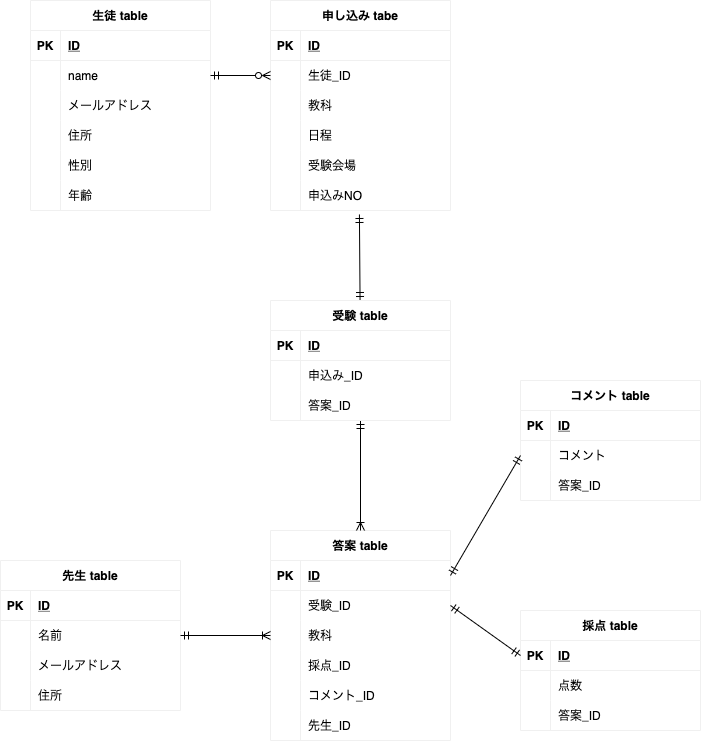
yokoyamafumino/0302test keeps this draw.io diagram as 20220227yokoyama.drawio.png. Above is the earlier version. Source tidied: cells renumbered, new cells last; positions are measured from the earlier drawing's top-left corner, leaving out a move shared by most shapes.
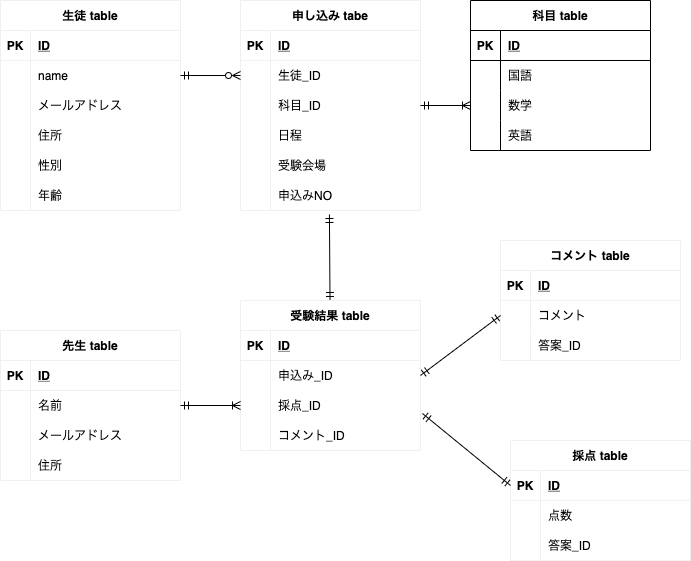
Above is the later version.

Change to the diagram source:
```diff
@@ -86,7 +86,7 @@
     <mxCell id="29" style="shape=partialRectangle;fillColor=none;top=0;left=0;bottom=0;right=0;overflow=hidden;labelBackgroundColor=none;strokeColor=#F0F0F0;" parent="28" vertex="1">
       <mxGeometry width="30" height="30" as="geometry" />
     </mxCell>
-    <mxCell id="30" value="教科" style="shape=partialRectangle;fillColor=none;top=0;left=0;bottom=0;right=0;align=left;spacingLeft=6;overflow=hidden;labelBackgroundColor=none;strokeColor=#F0F0F0;" parent="28" vertex="1">
+    <mxCell id="30" value="科目_ID" style="shape=partialRectangle;fillColor=none;top=0;left=0;bottom=0;right=0;align=left;spacingLeft=6;overflow=hidden;labelBackgroundColor=none;strokeColor=#F0F0F0;" parent="28" vertex="1">
       <mxGeometry x="30" width="150" height="30" as="geometry" />
     </mxCell>
     <mxCell id="31" style="shape=partialRectangle;fillColor=none;top=0;left=0;bottom=0;right=0;labelBackgroundColor=none;strokeColor=#F0F0F0;" parent="21" vertex="1">
@@ -117,7 +117,7 @@
       <mxGeometry x="30" width="150" height="30" as="geometry" />
     </mxCell>
     <mxCell id="40" value="コメント table" style="shape=table;startSize=30;rowLines=0;fontStyle=1;align=center;labelBackgroundColor=none;strokeColor=#F0F0F0;fillColor=none;" parent="1" vertex="1">
-      <mxGeometry x="520" y="380" width="180" height="120" as="geometry" />
+      <mxGeometry x="530" y="240" width="180" height="120" as="geometry" />
     </mxCell>
     <mxCell id="41" style="shape=partialRectangle;fillColor=none;top=0;left=0;bottom=1;right=0;labelBackgroundColor=none;strokeColor=#F0F0F0;" parent="40" vertex="1">
       <mxGeometry y="30" width="180" height="30" as="geometry" />
@@ -149,65 +149,8 @@
     <mxCell id="50" style="edgeStyle=none;html=1;exitX=1;exitY=0.5;exitDx=0;exitDy=0;entryX=0;entryY=0.5;entryDx=0;entryDy=0;startArrow=ERmandOne;startFill=0;endArrow=ERzeroToMany;endFill=0;" parent="1" edge="1" source="6" target="25">
       <mxGeometry relative="1" as="geometry" />
     </mxCell>
-    <mxCell id="51" value="答案 table" style="shape=table;startSize=30;rowLines=0;fontStyle=1;align=center;labelBackgroundColor=none;strokeColor=#F0F0F0;fillColor=none;" parent="1" vertex="1">
-      <mxGeometry x="270" y="530" width="180" height="210" as="geometry" />
-    </mxCell>
-    <mxCell id="52" style="shape=partialRectangle;fillColor=none;top=0;left=0;bottom=1;right=0;points=[[0,0.5],[1,0.5]];portConstraint=eastwest;labelBackgroundColor=none;strokeColor=#F0F0F0;" parent="51" vertex="1">
-      <mxGeometry y="30" width="180" height="30" as="geometry" />
-    </mxCell>
-    <mxCell id="53" value="PK" style="shape=partialRectangle;fillColor=none;top=0;left=0;bottom=0;right=0;fontStyle=1;overflow=hidden;labelBackgroundColor=none;strokeColor=#F0F0F0;" parent="52" vertex="1">
-      <mxGeometry width="30" height="30" as="geometry" />
-    </mxCell>
-    <mxCell id="54" value="ID" style="shape=partialRectangle;fillColor=none;top=0;left=0;bottom=0;right=0;align=left;spacingLeft=6;fontStyle=5;overflow=hidden;labelBackgroundColor=none;strokeColor=#F0F0F0;" parent="52" vertex="1">
-      <mxGeometry x="30" width="150" height="30" as="geometry" />
-    </mxCell>
-    <mxCell id="55" style="shape=partialRectangle;fillColor=none;top=0;left=0;bottom=0;right=0;points=[[0,0.5],[1,0.5]];portConstraint=eastwest;labelBackgroundColor=none;strokeColor=#F0F0F0;" parent="51" vertex="1">
-      <mxGeometry y="60" width="180" height="30" as="geometry" />
-    </mxCell>
-    <mxCell id="56" style="shape=partialRectangle;fillColor=none;top=0;left=0;bottom=0;right=0;overflow=hidden;labelBackgroundColor=none;strokeColor=#F0F0F0;" parent="55" vertex="1">
-      <mxGeometry width="30" height="30" as="geometry" />
-    </mxCell>
-    <mxCell id="57" value="受験_ID" style="shape=partialRectangle;fillColor=none;top=0;left=0;bottom=0;right=0;align=left;spacingLeft=6;overflow=hidden;labelBackgroundColor=none;strokeColor=#F0F0F0;" parent="55" vertex="1">
-      <mxGeometry x="30" width="150" height="30" as="geometry" />
-    </mxCell>
-    <mxCell id="58" style="shape=partialRectangle;fillColor=none;top=0;left=0;bottom=0;right=0;points=[[0,0.5],[1,0.5]];portConstraint=eastwest;labelBackgroundColor=none;strokeColor=#F0F0F0;" parent="51" vertex="1">
-      <mxGeometry y="90" width="180" height="30" as="geometry" />
-    </mxCell>
-    <mxCell id="59" style="shape=partialRectangle;fillColor=none;top=0;left=0;bottom=0;right=0;overflow=hidden;labelBackgroundColor=none;strokeColor=#F0F0F0;" parent="58" vertex="1">
-      <mxGeometry width="30" height="30" as="geometry" />
-    </mxCell>
-    <mxCell id="60" value="教科" style="shape=partialRectangle;fillColor=none;top=0;left=0;bottom=0;right=0;align=left;spacingLeft=6;overflow=hidden;labelBackgroundColor=none;strokeColor=#F0F0F0;" parent="58" vertex="1">
-      <mxGeometry x="30" width="150" height="30" as="geometry" />
-    </mxCell>
-    <mxCell id="61" style="shape=partialRectangle;fillColor=none;top=0;left=0;bottom=0;right=0;labelBackgroundColor=none;strokeColor=#F0F0F0;" parent="51" vertex="1">
-      <mxGeometry y="120" width="180" height="30" as="geometry" />
-    </mxCell>
-    <mxCell id="62" style="shape=partialRectangle;fillColor=none;top=0;left=0;bottom=0;right=0;overflow=hidden;labelBackgroundColor=none;strokeColor=#F0F0F0;" parent="61" vertex="1">
-      <mxGeometry width="30" height="30" as="geometry" />
-    </mxCell>
-    <mxCell id="63" value="採点_ID" style="shape=partialRectangle;fillColor=none;top=0;left=0;bottom=0;right=0;align=left;spacingLeft=6;overflow=hidden;labelBackgroundColor=none;strokeColor=#F0F0F0;" parent="61" vertex="1">
-      <mxGeometry x="30" width="150" height="30" as="geometry" />
-    </mxCell>
-    <mxCell id="64" style="shape=partialRectangle;fillColor=none;top=0;left=0;bottom=0;right=0;labelBackgroundColor=none;strokeColor=#F0F0F0;" parent="51" vertex="1">
-      <mxGeometry y="150" width="180" height="30" as="geometry" />
-    </mxCell>
-    <mxCell id="65" style="shape=partialRectangle;fillColor=none;top=0;left=0;bottom=0;right=0;overflow=hidden;labelBackgroundColor=none;strokeColor=#F0F0F0;" parent="64" vertex="1">
-      <mxGeometry width="30" height="30" as="geometry" />
-    </mxCell>
-    <mxCell id="66" value="コメント_ID" style="shape=partialRectangle;fillColor=none;top=0;left=0;bottom=0;right=0;align=left;spacingLeft=6;overflow=hidden;labelBackgroundColor=none;strokeColor=#F0F0F0;" parent="64" vertex="1">
-      <mxGeometry x="30" width="150" height="30" as="geometry" />
-    </mxCell>
-    <mxCell id="67" style="shape=partialRectangle;fillColor=none;top=0;left=0;bottom=0;right=0;labelBackgroundColor=none;strokeColor=#F0F0F0;" parent="51" vertex="1">
-      <mxGeometry y="180" width="180" height="30" as="geometry" />
-    </mxCell>
-    <mxCell id="68" style="shape=partialRectangle;fillColor=none;top=0;left=0;bottom=0;right=0;overflow=hidden;labelBackgroundColor=none;strokeColor=#F0F0F0;" parent="67" vertex="1">
-      <mxGeometry width="30" height="30" as="geometry" />
-    </mxCell>
-    <mxCell id="69" value="先生_ID" style="shape=partialRectangle;fillColor=none;top=0;left=0;bottom=0;right=0;align=left;spacingLeft=6;overflow=hidden;labelBackgroundColor=none;strokeColor=#F0F0F0;" parent="67" vertex="1">
-      <mxGeometry x="30" width="150" height="30" as="geometry" />
-    </mxCell>
     <mxCell id="70" value="採点 table" style="shape=table;startSize=30;rowLines=0;fontStyle=1;align=center;labelBackgroundColor=none;strokeColor=#F0F0F0;fillColor=none;" parent="1" vertex="1">
-      <mxGeometry x="520" y="610" width="180" height="120" as="geometry" />
+      <mxGeometry x="540" y="440" width="180" height="120" as="geometry" />
     </mxCell>
     <mxCell id="71" style="shape=partialRectangle;fillColor=none;top=0;left=0;bottom=1;right=0;points=[[0,0.5],[1,0.5]];portConstraint=eastwest;labelBackgroundColor=none;strokeColor=#F0F0F0;" parent="70" vertex="1">
       <mxGeometry y="30" width="180" height="30" as="geometry" />
@@ -237,7 +180,7 @@
       <mxGeometry x="30" width="150" height="30" as="geometry" />
     </mxCell>
     <mxCell id="80" value="先生 table" style="shape=table;startSize=30;rowLines=0;fontStyle=1;align=center;labelBackgroundColor=none;strokeColor=#F0F0F0;fillColor=none;" parent="1" vertex="1">
-      <mxGeometry y="560" width="180" height="150" as="geometry" />
+      <mxGeometry x="30" y="330" width="180" height="150" as="geometry" />
     </mxCell>
     <mxCell id="81" style="shape=partialRectangle;fillColor=none;top=0;left=0;bottom=1;right=0;labelBackgroundColor=none;strokeColor=#F0F0F0;" parent="80" vertex="1">
       <mxGeometry y="30" width="180" height="30" as="geometry" />
@@ -281,11 +224,8 @@
     <mxCell id="94" style="edgeStyle=none;html=1;entryX=0.494;entryY=1.133;entryDx=0;entryDy=0;entryPerimeter=0;startArrow=ERmandOne;startFill=0;endArrow=ERmandOne;endFill=0;" parent="1" edge="1" source="96" target="37">
       <mxGeometry relative="1" as="geometry" />
     </mxCell>
-    <mxCell id="95" style="edgeStyle=none;html=1;entryX=0.5;entryY=0;entryDx=0;entryDy=0;startArrow=ERmandOne;startFill=0;endArrow=ERoneToMany;endFill=0;" parent="1" edge="1" source="96" target="51">
-      <mxGeometry relative="1" as="geometry" />
-    </mxCell>
-    <mxCell id="96" value="受験 table" style="shape=table;startSize=30;rowLines=0;fontStyle=1;align=center;labelBackgroundColor=none;strokeColor=#F0F0F0;fillColor=none;" parent="1" vertex="1">
-      <mxGeometry x="270" y="300" width="180" height="120" as="geometry" />
+    <mxCell id="96" value="受験結果 table" style="shape=table;startSize=30;rowLines=0;fontStyle=1;align=center;labelBackgroundColor=none;strokeColor=#F0F0F0;fillColor=none;" parent="1" vertex="1">
+      <mxGeometry x="270" y="300" width="180" height="150" as="geometry" />
     </mxCell>
     <mxCell id="97" style="shape=partialRectangle;fillColor=none;top=0;left=0;bottom=1;right=0;labelBackgroundColor=none;strokeColor=#F0F0F0;" parent="96" vertex="1">
       <mxGeometry y="30" width="180" height="30" as="geometry" />
@@ -311,17 +251,68 @@
     <mxCell id="104" style="shape=partialRectangle;fillColor=none;top=0;left=0;bottom=0;right=0;overflow=hidden;labelBackgroundColor=none;strokeColor=#F0F0F0;" parent="103" vertex="1">
       <mxGeometry width="30" height="30" as="geometry" />
     </mxCell>
-    <mxCell id="105" value="答案_ID" style="shape=partialRectangle;fillColor=none;top=0;left=0;bottom=0;right=0;align=left;spacingLeft=6;overflow=hidden;labelBackgroundColor=none;strokeColor=#F0F0F0;" parent="103" vertex="1">
+    <mxCell id="105" value="採点_ID" style="shape=partialRectangle;fillColor=none;top=0;left=0;bottom=0;right=0;align=left;spacingLeft=6;overflow=hidden;labelBackgroundColor=none;strokeColor=#F0F0F0;" parent="103" vertex="1">
       <mxGeometry x="30" width="150" height="30" as="geometry" />
     </mxCell>
+    <mxCell id="61" style="shape=partialRectangle;fillColor=none;top=0;left=0;bottom=0;right=0;labelBackgroundColor=none;strokeColor=#F0F0F0;" parent="96" vertex="1">
+      <mxGeometry y="120" width="180" height="30" as="geometry" />
+    </mxCell>
+    <mxCell id="109" style="shape=partialRectangle;fillColor=none;top=0;left=0;bottom=0;right=0;overflow=hidden;labelBackgroundColor=none;strokeColor=#F0F0F0;" parent="61" vertex="1">
+      <mxGeometry width="30" height="30" as="geometry" />
+    </mxCell>
+    <mxCell id="66" value="コメント_ID" style="shape=partialRectangle;fillColor=none;top=0;left=0;bottom=0;right=0;align=left;spacingLeft=6;overflow=hidden;labelBackgroundColor=none;strokeColor=#F0F0F0;" parent="61" vertex="1">
+      <mxGeometry x="30" width="150" height="30" as="geometry" />
+    </mxCell>
-    <mxCell id="106" style="edgeStyle=none;html=1;exitX=1;exitY=0.5;exitDx=0;exitDy=0;entryX=0;entryY=0.5;entryDx=0;entryDy=0;startArrow=ERmandOne;startFill=0;endArrow=ERoneToMany;endFill=0;" parent="1" edge="1" source="84" target="58">
+    <mxCell id="106" style="edgeStyle=none;html=1;exitX=1;exitY=0.5;exitDx=0;exitDy=0;entryX=0;entryY=0.5;entryDx=0;entryDy=0;startArrow=ERmandOne;startFill=0;endArrow=ERoneToMany;endFill=0;" parent="1" edge="1" source="84" target="103">
       <mxGeometry relative="1" as="geometry" />
     </mxCell>
-    <mxCell id="107" style="edgeStyle=none;html=1;exitX=0;exitY=0.5;exitDx=0;exitDy=0;entryX=1;entryY=0.5;entryDx=0;entryDy=0;startArrow=ERmandOne;startFill=0;endArrow=ERmandOne;endFill=0;" parent="1" edge="1" source="71" target="55">
+    <mxCell id="107" style="edgeStyle=none;html=1;exitX=0;exitY=0.5;exitDx=0;exitDy=0;startArrow=ERmandOne;startFill=0;endArrow=ERmandOne;endFill=0;entryX=1.011;entryY=0.767;entryDx=0;entryDy=0;entryPerimeter=0;" parent="1" edge="1" source="71" target="103">
       <mxGeometry relative="1" as="geometry" />
     </mxCell>
-    <mxCell id="108" style="edgeStyle=none;html=1;exitX=0;exitY=0.5;exitDx=0;exitDy=0;entryX=1;entryY=0.5;entryDx=0;entryDy=0;startArrow=ERmandOne;startFill=0;endArrow=ERmandOne;endFill=0;" parent="1" edge="1" source="44" target="52">
+    <mxCell id="108" style="edgeStyle=none;html=1;exitX=0;exitY=0.5;exitDx=0;exitDy=0;entryX=1;entryY=0.5;entryDx=0;entryDy=0;startArrow=ERmandOne;startFill=0;endArrow=ERmandOne;endFill=0;" parent="1" edge="1" source="44" target="100">
       <mxGeometry relative="1" as="geometry" />
     </mxCell>
+    <mxCell id="110" value="科目 table" style="shape=table;startSize=30;rowLines=0;fontStyle=1;align=center;" parent="1" vertex="1">
+      <mxGeometry x="500" width="180" height="150" as="geometry" />
+    </mxCell>
+    <mxCell id="111" style="shape=partialRectangle;fillColor=none;top=0;left=0;bottom=1;right=0;" parent="110" vertex="1">
+      <mxGeometry y="30" width="180" height="30" as="geometry" />
+    </mxCell>
+    <mxCell id="53" value="PK" style="shape=partialRectangle;fillColor=none;top=0;left=0;bottom=0;right=0;fontStyle=1;overflow=hidden;" parent="111" vertex="1">
+      <mxGeometry width="30" height="30" as="geometry" />
+    </mxCell>
+    <mxCell id="54" value="ID" style="shape=partialRectangle;fillColor=none;top=0;left=0;bottom=0;right=0;align=left;spacingLeft=6;fontStyle=5;overflow=hidden;" parent="111" vertex="1">
+      <mxGeometry x="30" width="150" height="30" as="geometry" />
+    </mxCell>
+    <mxCell id="112" style="shape=partialRectangle;fillColor=none;top=0;left=0;bottom=0;right=0;" parent="110" vertex="1">
+      <mxGeometry y="60" width="180" height="30" as="geometry" />
+    </mxCell>
+    <mxCell id="113" style="shape=partialRectangle;fillColor=none;top=0;left=0;bottom=0;right=0;overflow=hidden;" parent="112" vertex="1">
+      <mxGeometry width="30" height="30" as="geometry" />
+    </mxCell>
+    <mxCell id="114" value="国語" style="shape=partialRectangle;fillColor=none;top=0;left=0;bottom=0;right=0;align=left;spacingLeft=6;overflow=hidden;" parent="112" vertex="1">
+      <mxGeometry x="30" width="150" height="30" as="geometry" />
+    </mxCell>
+    <mxCell id="115" style="shape=partialRectangle;fillColor=none;top=0;left=0;bottom=0;right=0;points=[[0,0.5],[1,0.5]];portConstraint=eastwest;" parent="110" vertex="1">
+      <mxGeometry y="90" width="180" height="30" as="geometry" />
+    </mxCell>
+    <mxCell id="116" style="shape=partialRectangle;fillColor=none;top=0;left=0;bottom=0;right=0;overflow=hidden;" parent="115" vertex="1">
+      <mxGeometry width="30" height="30" as="geometry" />
+    </mxCell>
+    <mxCell id="117" value="数学" style="shape=partialRectangle;fillColor=none;top=0;left=0;bottom=0;right=0;align=left;spacingLeft=6;overflow=hidden;" parent="115" vertex="1">
+      <mxGeometry x="30" width="150" height="30" as="geometry" />
+    </mxCell>
+    <mxCell id="118" style="shape=partialRectangle;fillColor=none;top=0;left=0;bottom=0;right=0;" parent="110" vertex="1">
+      <mxGeometry y="120" width="180" height="30" as="geometry" />
+    </mxCell>
+    <mxCell id="119" style="shape=partialRectangle;fillColor=none;top=0;left=0;bottom=0;right=0;overflow=hidden;" parent="118" vertex="1">
+      <mxGeometry width="30" height="30" as="geometry" />
+    </mxCell>
+    <mxCell id="120" value="英語" style="shape=partialRectangle;fillColor=none;top=0;left=0;bottom=0;right=0;align=left;spacingLeft=6;overflow=hidden;" parent="118" vertex="1">
+      <mxGeometry x="30" width="150" height="30" as="geometry" />
+    </mxCell>
+    <mxCell id="121" style="edgeStyle=none;html=1;exitX=1;exitY=0.5;exitDx=0;exitDy=0;entryX=0;entryY=0.5;entryDx=0;entryDy=0;startArrow=ERmandOne;startFill=0;endArrow=ERoneToMany;endFill=0;" parent="1" edge="1" source="28" target="115">
+      <mxGeometry relative="1" as="geometry" />
+    </mxCell>
   </root>
 </mxGraphModel>
```
